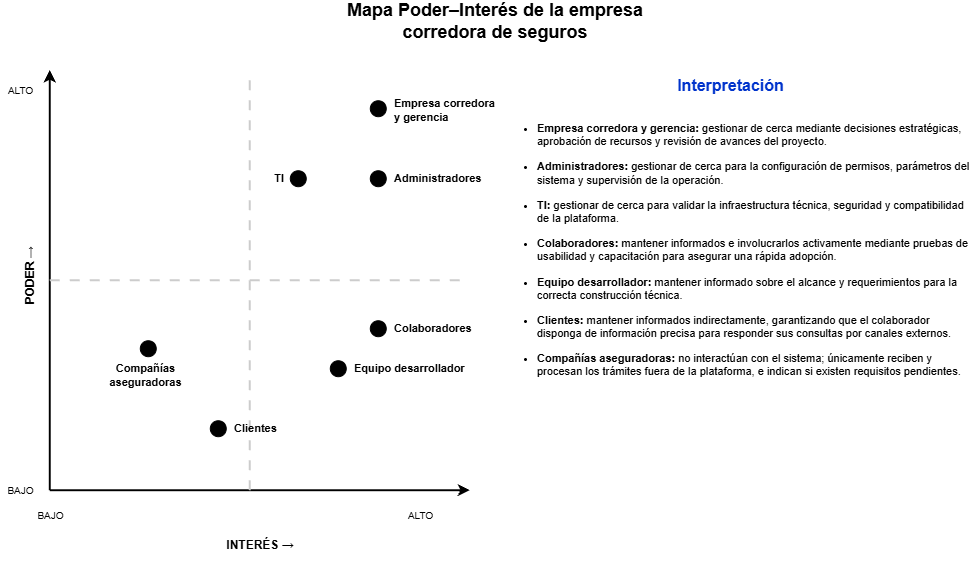
Earlier version of the draw.io export Imagenes/mapa_poder-interes.png (walbyn504/Administracion_de_proyectos). Source tidied: cells renumbered, new cells last; positions are measured from the earlier drawing's top-left corner, leaving out a move shared by most shapes.
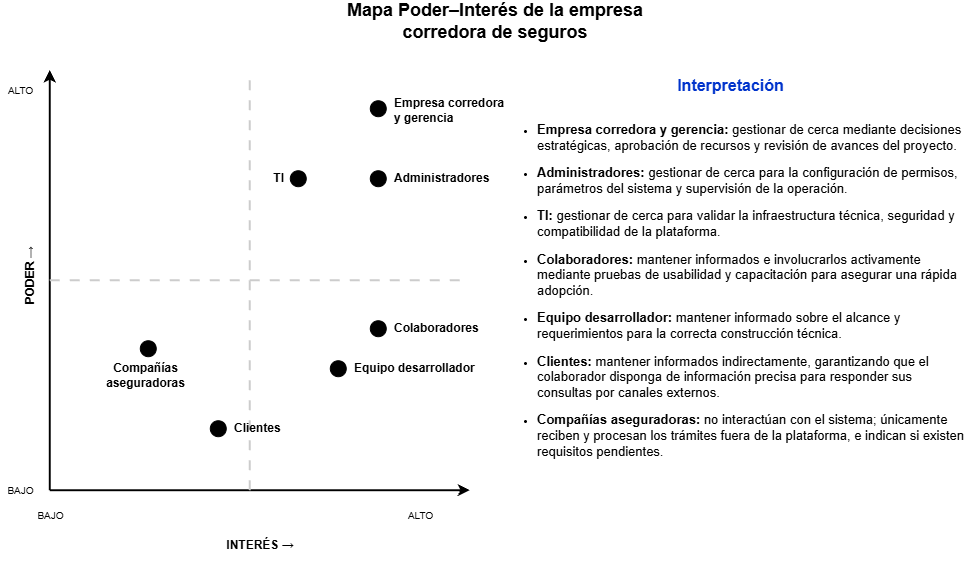
After the commit.

Commit message:
Se amplia la letra en el mapa.

Diff of the diagram source:
```diff
@@ -50,49 +50,49 @@
     <mxCell id="13" style="ellipse;whiteSpace=wrap;html=1;fillColor=#000000;" parent="1" vertex="1">
       <mxGeometry x="390" y="80" width="16" height="16" as="geometry" />
     </mxCell>
-    <mxCell id="14" value="Empresa corredora&#10;y gerencia" style="text;html=1;strokeColor=none;fillColor=none;align=left;verticalAlign=middle;fontSize=11;fontStyle=1;" parent="1" vertex="1">
+    <mxCell id="14" value="&lt;font style=&quot;font-size: 12px;&quot;&gt;Empresa corredora&lt;br&gt;y gerencia&lt;/font&gt;" style="text;html=1;strokeColor=none;fillColor=none;align=left;verticalAlign=middle;fontSize=11;fontStyle=1;" parent="1" vertex="1">
       <mxGeometry x="412" y="75" width="120" height="30" as="geometry" />
     </mxCell>
     <mxCell id="15" style="ellipse;whiteSpace=wrap;html=1;fillColor=#000000;" parent="1" vertex="1">
       <mxGeometry x="390" y="150" width="16" height="16" as="geometry" />
     </mxCell>
-    <mxCell id="16" value="Administradores" style="text;html=1;strokeColor=none;fillColor=none;align=left;verticalAlign=middle;fontSize=11;fontStyle=1;" parent="1" vertex="1">
+    <mxCell id="16" value="&lt;font style=&quot;font-size: 12px;&quot;&gt;Administradores&lt;/font&gt;" style="text;html=1;strokeColor=none;fillColor=none;align=left;verticalAlign=middle;fontSize=11;fontStyle=1;" parent="1" vertex="1">
       <mxGeometry x="412" y="148" width="110" height="20" as="geometry" />
     </mxCell>
     <mxCell id="17" style="ellipse;whiteSpace=wrap;html=1;fillColor=#000000;" parent="1" vertex="1">
       <mxGeometry x="310" y="150" width="16" height="16" as="geometry" />
     </mxCell>
-    <mxCell id="18" value="TI" style="text;html=1;strokeColor=none;fillColor=none;align=right;verticalAlign=middle;fontSize=11;fontStyle=1;" parent="1" vertex="1">
+    <mxCell id="18" value="&lt;font style=&quot;font-size: 12px;&quot;&gt;TI&lt;/font&gt;" style="text;html=1;strokeColor=none;fillColor=none;align=right;verticalAlign=middle;fontSize=11;fontStyle=1;" parent="1" vertex="1">
       <mxGeometry x="280" y="148" width="25" height="20" as="geometry" />
     </mxCell>
     <mxCell id="19" style="ellipse;whiteSpace=wrap;html=1;fillColor=#000000;" parent="1" vertex="1">
       <mxGeometry x="390" y="300" width="16" height="16" as="geometry" />
     </mxCell>
-    <mxCell id="20" value="Colaboradores" style="text;html=1;strokeColor=none;fillColor=none;align=left;verticalAlign=middle;fontSize=11;fontStyle=1;" parent="1" vertex="1">
+    <mxCell id="20" value="&lt;font style=&quot;font-size: 12px;&quot;&gt;Colaboradores&lt;/font&gt;" style="text;html=1;strokeColor=none;fillColor=none;align=left;verticalAlign=middle;fontSize=11;fontStyle=1;" parent="1" vertex="1">
       <mxGeometry x="412" y="298" width="100" height="20" as="geometry" />
     </mxCell>
     <mxCell id="21" style="ellipse;whiteSpace=wrap;html=1;fillColor=#000000;" parent="1" vertex="1">
       <mxGeometry x="350" y="340" width="16" height="16" as="geometry" />
     </mxCell>
-    <mxCell id="22" value="Equipo desarrollador" style="text;html=1;strokeColor=none;fillColor=none;align=left;verticalAlign=middle;fontSize=11;fontStyle=1;" parent="1" vertex="1">
+    <mxCell id="22" value="&lt;font style=&quot;font-size: 12px;&quot;&gt;Equipo desarrollador&lt;/font&gt;" style="text;html=1;strokeColor=none;fillColor=none;align=left;verticalAlign=middle;fontSize=11;fontStyle=1;" parent="1" vertex="1">
       <mxGeometry x="372" y="338" width="130" height="20" as="geometry" />
     </mxCell>
     <mxCell id="23" style="ellipse;whiteSpace=wrap;html=1;fillColor=#000000;" parent="1" vertex="1">
       <mxGeometry x="230" y="400" width="16" height="16" as="geometry" />
     </mxCell>
-    <mxCell id="24" value="Clientes" style="text;html=1;strokeColor=none;fillColor=none;align=left;verticalAlign=middle;fontSize=11;fontStyle=1;" parent="1" vertex="1">
+    <mxCell id="24" value="&lt;font style=&quot;font-size: 12px;&quot;&gt;Clientes&lt;/font&gt;" style="text;html=1;strokeColor=none;fillColor=none;align=left;verticalAlign=middle;fontSize=11;fontStyle=1;" parent="1" vertex="1">
       <mxGeometry x="252" y="398" width="80" height="20" as="geometry" />
     </mxCell>
     <mxCell id="25" style="ellipse;whiteSpace=wrap;html=1;fillColor=#000000;" parent="1" vertex="1">
       <mxGeometry x="160" y="320" width="16" height="16" as="geometry" />
     </mxCell>
-    <mxCell id="26" value="Compañías&#10;aseguradoras" style="text;html=1;strokeColor=none;fillColor=none;align=center;verticalAlign=middle;fontSize=11;fontStyle=1;" parent="1" vertex="1">
+    <mxCell id="26" value="&lt;font style=&quot;font-size: 12px;&quot;&gt;Compañías&lt;br&gt;aseguradoras&lt;/font&gt;" style="text;html=1;strokeColor=none;fillColor=none;align=center;verticalAlign=middle;fontSize=11;fontStyle=1;" parent="1" vertex="1">
       <mxGeometry x="110" y="340" width="110" height="30" as="geometry" />
     </mxCell>
     <mxCell id="27" value="Interpretación" style="text;html=1;strokeColor=none;fillColor=none;align=center;verticalAlign=middle;fontSize=16;fontStyle=1;fontColor=#0033CC;" parent="1" vertex="1">
       <mxGeometry x="650" y="50" width="200" height="30" as="geometry" />
     </mxCell>
-    <mxCell id="28" value="&lt;ul style=&quot;margin-top:0;margin-bottom:0;padding-left:15px;&quot;&gt;&lt;li style=&quot;margin-bottom:12px;&quot;&gt;&lt;b&gt;Empresa corredora y gerencia:&lt;/b&gt; gestionar de cerca mediante decisiones estratégicas, aprobación de recursos y revisión de avances del proyecto.&lt;/li&gt;&lt;li style=&quot;margin-bottom:12px;&quot;&gt;&lt;b&gt;Administradores:&lt;/b&gt; gestionar de cerca para la configuración de permisos, parámetros del sistema y supervisión de la operación.&lt;/li&gt;&lt;li style=&quot;margin-bottom:12px;&quot;&gt;&lt;b&gt;TI:&lt;/b&gt; gestionar de cerca para validar la infraestructura técnica, seguridad y compatibilidad de la plataforma.&lt;/li&gt;&lt;li style=&quot;margin-bottom:12px;&quot;&gt;&lt;b&gt;Colaboradores:&lt;/b&gt; mantener informados e involucrarlos activamente mediante pruebas de usabilidad y capacitación para asegurar una rápida adopción.&lt;/li&gt;&lt;li style=&quot;margin-bottom:12px;&quot;&gt;&lt;b&gt;Equipo desarrollador:&lt;/b&gt; mantener informado sobre el alcance y requerimientos para la correcta construcción técnica.&lt;/li&gt;&lt;li style=&quot;margin-bottom:12px;&quot;&gt;&lt;b&gt;Clientes:&lt;/b&gt; mantener informados indirectamente, garantizando que el colaborador disponga de información precisa para responder sus consultas por canales externos.&lt;/li&gt;&lt;li style=&quot;margin-bottom:12px;&quot;&gt;&lt;b&gt;Compañías aseguradoras:&lt;/b&gt; no interactúan con el sistema; únicamente reciben y procesan los trámites fuera de la plataforma, e indican si existen requisitos pendientes.&lt;/li&gt;&lt;/ul&gt;" style="text;html=1;strokeColor=none;fillColor=none;align=left;verticalAlign=top;whiteSpace=wrap;rounded=0;fontSize=11;" parent="1" vertex="1">
+    <mxCell id="28" value="&lt;ul style=&quot;margin-top:0;margin-bottom:0;padding-left:15px;&quot;&gt;&lt;li style=&quot;margin-bottom:12px;&quot;&gt;&lt;font style=&quot;font-size: 13px;&quot;&gt;&lt;b&gt;Empresa corredora y gerencia:&lt;/b&gt; gestionar de cerca mediante decisiones estratégicas, aprobación de recursos y revisión de avances del proyecto.&lt;/font&gt;&lt;/li&gt;&lt;li style=&quot;margin-bottom:12px;&quot;&gt;&lt;font style=&quot;font-size: 13px;&quot;&gt;&lt;b&gt;Administradores:&lt;/b&gt; gestionar de cerca para la configuración de permisos, parámetros del sistema y supervisión de la operación.&lt;/font&gt;&lt;/li&gt;&lt;li style=&quot;margin-bottom:12px;&quot;&gt;&lt;font style=&quot;font-size: 13px;&quot;&gt;&lt;b&gt;TI:&lt;/b&gt; gestionar de cerca para validar la infraestructura técnica, seguridad y compatibilidad de la plataforma.&lt;/font&gt;&lt;/li&gt;&lt;li style=&quot;margin-bottom:12px;&quot;&gt;&lt;font style=&quot;font-size: 13px;&quot;&gt;&lt;b&gt;Colaboradores:&lt;/b&gt; mantener informados e involucrarlos activamente mediante pruebas de usabilidad y capacitación para asegurar una rápida adopción.&lt;/font&gt;&lt;/li&gt;&lt;li style=&quot;margin-bottom:12px;&quot;&gt;&lt;font style=&quot;font-size: 13px;&quot;&gt;&lt;b&gt;Equipo desarrollador:&lt;/b&gt; mantener informado sobre el alcance y requerimientos para la correcta construcción técnica.&lt;/font&gt;&lt;/li&gt;&lt;li style=&quot;margin-bottom:12px;&quot;&gt;&lt;font style=&quot;font-size: 13px;&quot;&gt;&lt;b&gt;Clientes:&lt;/b&gt; mantener informados indirectamente, garantizando que el colaborador disponga de información precisa para responder sus consultas por canales externos.&lt;/font&gt;&lt;/li&gt;&lt;li style=&quot;margin-bottom:12px;&quot;&gt;&lt;font style=&quot;font-size: 13px;&quot;&gt;&lt;b&gt;Compañías aseguradoras:&lt;/b&gt; no interactúan con el sistema; únicamente reciben y procesan los trámites fuera de la plataforma, e indican si existen requisitos pendientes.&lt;/font&gt;&lt;/li&gt;&lt;/ul&gt;" style="text;html=1;strokeColor=none;fillColor=none;align=left;verticalAlign=top;whiteSpace=wrap;rounded=0;fontSize=11;" parent="1" vertex="1">
       <mxGeometry x="540" y="95" width="450" height="370" as="geometry" />
     </mxCell>
   </root>
```
